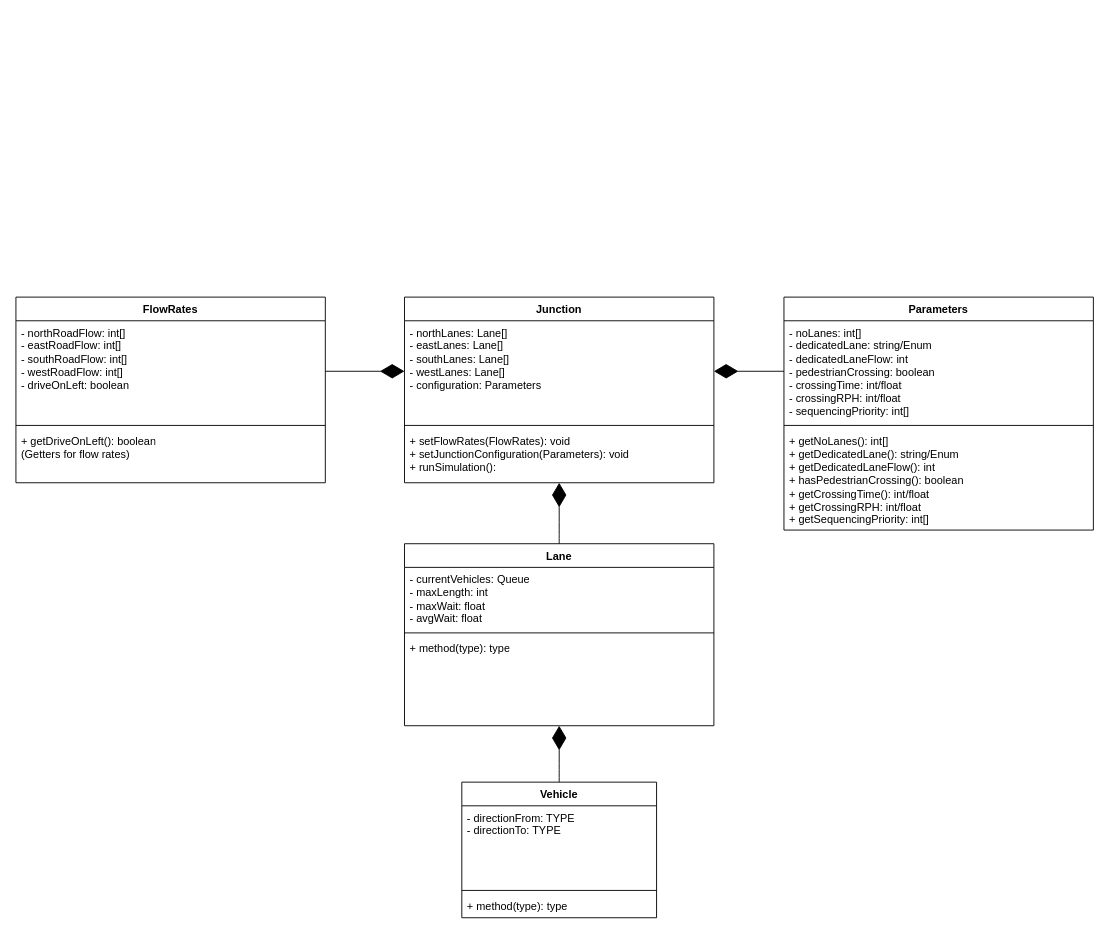
Earlier version of the draw.io diagram deliverables/planningDesign/JunctionSimulationClassDiagram.drawio (antonizyla/cs261). Source tidied: cells renumbered, new cells numbered last; positions are measured from the earlier drawing's top-left corner, leaving out a move shared by most shapes. Both pictures are drawn from the tidied source at 91%, with x=0, y=0 at pixel (15, 297).
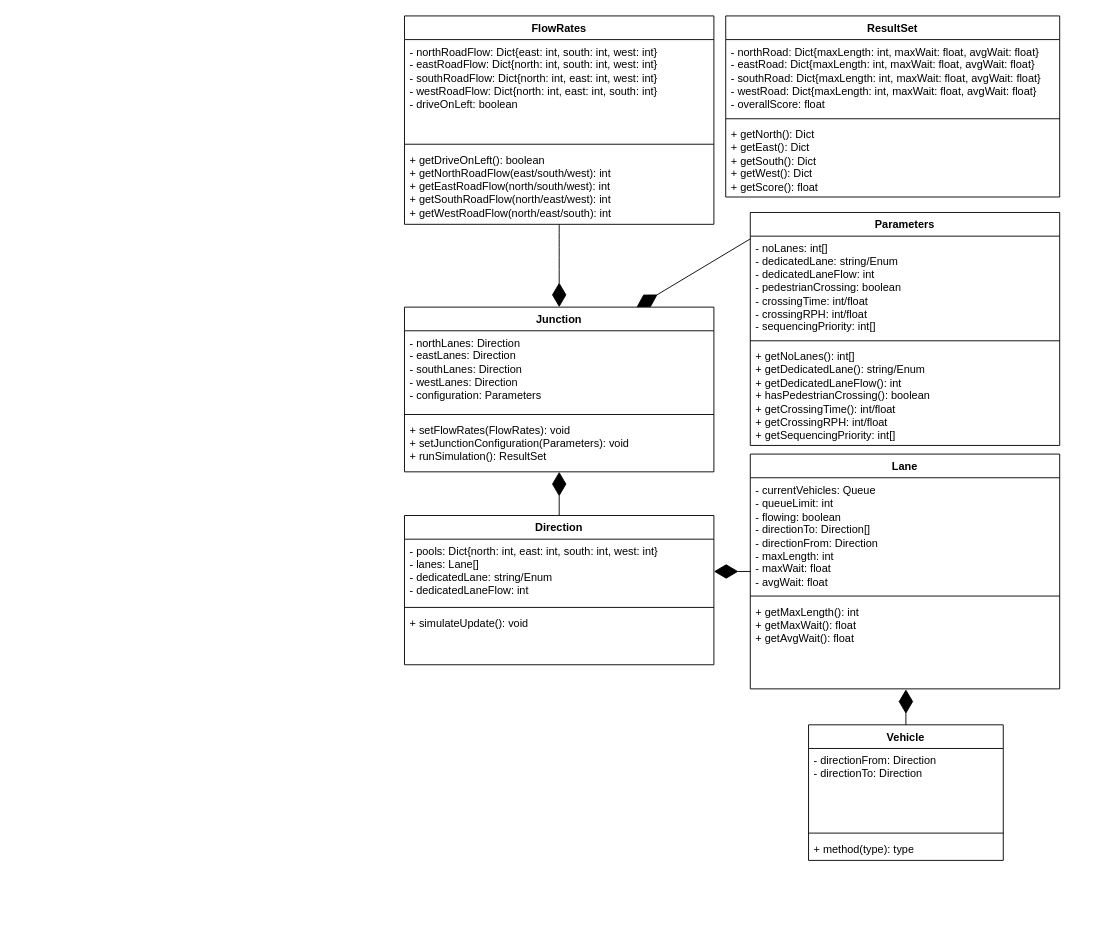
Above is the later version.

Commit message (it also covers changes not shown here):
Updated Class Diagram

Unchanged cells that the change refers to:
```xml
<mxCell id="17" value="&lt;div&gt;- noLanes: int[]&lt;/div&gt;&lt;div&gt;- dedicatedLane: string/Enum&lt;/div&gt;&lt;div&gt;- dedicatedLaneFlow: int&lt;/div&gt;&lt;div&gt;- pedestrianCrossing: boolean&lt;/div&gt;&lt;div&gt;- crossingTime: int/float&lt;br&gt;&lt;/div&gt;&lt;div&gt;- crossingRPH: int/float&lt;br&gt;&lt;/div&gt;&lt;div&gt;- sequencingPriority: int[]&lt;br&gt;&lt;/div&gt;" style="text;strokeColor=none;fillColor=none;align=left;verticalAlign=top;spacingLeft=4;spacingRight=4;overflow=hidden;points=[[0,0.5],[1,0.5]];portConstraint=eastwest;whiteSpace=wrap;html=1;" parent="16" vertex="1">
  <mxGeometry y="26" width="340" height="111" as="geometry" />
</mxCell>
```

Diff of the diagram source:
```diff
@@
     <mxCell id="2" value="Vehicle" style="swimlane;fontStyle=1;align=center;verticalAlign=top;horizontal=1;startSize=26;whiteSpace=wrap;html=1;" parent="1" vertex="1">
-      <mxGeometry x="490" y="533" width="214" height="149" as="geometry" />
+      <mxGeometry x="871" y="470" width="214" height="149" as="geometry" />
     </mxCell>
-    <mxCell id="3" value="&lt;div&gt;- directionFrom: TYPE&lt;br&gt;&lt;/div&gt;&lt;div&gt;- directionTo: TYPE&lt;br&gt;&lt;/div&gt;" style="text;strokeColor=none;fillColor=none;align=left;verticalAlign=top;spacingLeft=4;spacingRight=4;overflow=hidden;whiteSpace=wrap;html=1;" parent="2" vertex="1">
+    <mxCell id="3" value="&lt;div&gt;- directionFrom: Direction&lt;br&gt;&lt;/div&gt;&lt;div&gt;- directionTo: Direction&lt;/div&gt;" style="text;strokeColor=none;fillColor=none;align=left;verticalAlign=top;spacingLeft=4;spacingRight=4;overflow=hidden;whiteSpace=wrap;html=1;" parent="2" vertex="1">
       <mxGeometry y="26" width="214" height="89" as="geometry" />
     </mxCell>
@@
     <mxCell id="6" value="Junction" style="swimlane;fontStyle=1;align=center;verticalAlign=top;horizontal=1;startSize=26;whiteSpace=wrap;html=1;" parent="1" vertex="1">
-      <mxGeometry x="427" width="340" height="204" as="geometry" />
+      <mxGeometry x="427" y="11" width="340" height="181" as="geometry" />
     </mxCell>
-    <mxCell id="7" value="&lt;div&gt;- northLanes: Lane[]&lt;/div&gt;&lt;div&gt;- eastLanes:&amp;nbsp;Lane[]&lt;/div&gt;&lt;div&gt;- southLanes:&amp;nbsp;Lane[]&lt;/div&gt;&lt;div&gt;- westLanes:&amp;nbsp;Lane[]&lt;/div&gt;&lt;div&gt;- configuration: Parameters&lt;br&gt;&lt;/div&gt;" style="text;strokeColor=none;fillColor=none;align=left;verticalAlign=top;spacingLeft=4;spacingRight=4;overflow=hidden;points=[[0,0.5],[1,0.5]];portConstraint=eastwest;whiteSpace=wrap;html=1;" parent="6" vertex="1">
-      <mxGeometry y="26" width="340" height="111" as="geometry" />
+    <mxCell id="7" value="&lt;div&gt;- northLanes: Direction&lt;/div&gt;&lt;div&gt;- eastLanes: Direction&lt;/div&gt;&lt;div&gt;- southLanes: Direction&lt;/div&gt;&lt;div&gt;- westLanes: Direction&lt;/div&gt;&lt;div&gt;- configuration: Parameters&lt;br&gt;&lt;/div&gt;" style="text;strokeColor=none;fillColor=none;align=left;verticalAlign=top;spacingLeft=4;spacingRight=4;overflow=hidden;points=[[0,0.5],[1,0.5]];portConstraint=eastwest;whiteSpace=wrap;html=1;" parent="6" vertex="1">
+      <mxGeometry y="26" width="340" height="88" as="geometry" />
     </mxCell>
     <mxCell id="8" style="line;strokeWidth=1;fillColor=none;align=left;verticalAlign=middle;spacingTop=-1;spacingLeft=3;spacingRight=3;labelPosition=right;strokeColor=inherit;" parent="6" vertex="1">
-      <mxGeometry y="137" width="340" height="8" as="geometry" />
+      <mxGeometry y="114" width="340" height="8" as="geometry" />
     </mxCell>
-    <mxCell id="9" value="&lt;div&gt;+ setFlowRates(FlowRates): void&lt;/div&gt;&lt;div&gt;+ setJunctionConfiguration(Parameters): void&lt;/div&gt;&lt;div&gt;+ runSimulation(): &lt;br&gt;&lt;/div&gt;" style="text;strokeColor=none;fillColor=none;align=left;verticalAlign=top;spacingLeft=4;spacingRight=4;overflow=hidden;whiteSpace=wrap;html=1;" parent="6" vertex="1">
-      <mxGeometry y="145" width="340" height="59" as="geometry" />
+    <mxCell id="9" value="&lt;div&gt;+ setFlowRates(FlowRates): void&lt;/div&gt;&lt;div&gt;+ setJunctionConfiguration(Parameters): void&lt;/div&gt;&lt;div&gt;+ runSimulation(): ResultSet&lt;br&gt;&lt;/div&gt;" style="text;strokeColor=none;fillColor=none;align=left;verticalAlign=top;spacingLeft=4;spacingRight=4;overflow=hidden;whiteSpace=wrap;html=1;" parent="6" vertex="1">
+      <mxGeometry y="122" width="340" height="59" as="geometry" />
     </mxCell>
     <mxCell id="10" value="Lane" style="swimlane;fontStyle=1;align=center;verticalAlign=top;horizontal=1;startSize=26;whiteSpace=wrap;html=1;" parent="1" vertex="1">
-      <mxGeometry x="427" y="271" width="340" height="200" as="geometry" />
+      <mxGeometry x="807" y="172.5" width="340" height="258" as="geometry" />
     </mxCell>
-    <mxCell id="11" value="&lt;div&gt;- currentVehicles: Queue&lt;/div&gt;&lt;div&gt;- maxLength: int&lt;/div&gt;&lt;div&gt;- maxWait: float&lt;br&gt;&lt;/div&gt;&lt;div&gt;- avgWait: float&lt;br&gt;&lt;/div&gt;&lt;div&gt;&lt;br&gt;&lt;/div&gt;" style="text;strokeColor=none;fillColor=none;align=left;verticalAlign=top;spacingLeft=4;spacingRight=4;overflow=hidden;whiteSpace=wrap;html=1;" parent="10" vertex="1">
-      <mxGeometry y="26" width="340" height="68" as="geometry" />
+    <mxCell id="11" value="&lt;div&gt;- currentVehicles: Queue&lt;/div&gt;&lt;div&gt;- queueLimit: int&lt;br&gt;&lt;/div&gt;&lt;div&gt;- flowing: boolean&lt;/div&gt;&lt;div&gt;- directionTo: Direction[]&lt;br&gt;&lt;/div&gt;&lt;div&gt;- directionFrom: Direction&lt;br&gt;&lt;/div&gt;&lt;div&gt;- maxLength: int&lt;/div&gt;&lt;div&gt;- maxWait: float&lt;br&gt;&lt;/div&gt;&lt;div&gt;- avgWait: float&lt;br&gt;&lt;/div&gt;&lt;div&gt;&lt;br&gt;&lt;/div&gt;" style="text;strokeColor=none;fillColor=none;align=left;verticalAlign=top;spacingLeft=4;spacingRight=4;overflow=hidden;whiteSpace=wrap;html=1;" parent="10" vertex="1">
+      <mxGeometry y="26" width="340" height="126" as="geometry" />
     </mxCell>
     <mxCell id="12" style="line;strokeWidth=1;fillColor=none;align=left;verticalAlign=middle;spacingTop=-1;spacingLeft=3;spacingRight=3;labelPosition=right;strokeColor=inherit;" parent="10" vertex="1">
-      <mxGeometry y="94" width="340" height="8" as="geometry" />
+      <mxGeometry y="152" width="340" height="8" as="geometry" />
     </mxCell>
-    <mxCell id="13" value="+ method(type): type" style="text;strokeColor=none;fillColor=none;align=left;verticalAlign=top;spacingLeft=4;spacingRight=4;overflow=hidden;points=[[0,0.5],[1,0.5]];portConstraint=eastwest;whiteSpace=wrap;html=1;" parent="10" vertex="1">
-      <mxGeometry y="102" width="340" height="98" as="geometry" />
+    <mxCell id="13" value="&lt;div&gt;+ getMaxLength(): int&lt;/div&gt;&lt;div&gt;+ getMaxWait(): float&lt;/div&gt;&lt;div&gt;+ getAvgWait(): float&lt;br&gt;&lt;/div&gt;&lt;div&gt;&lt;br&gt;&lt;/div&gt;" style="text;strokeColor=none;fillColor=none;align=left;verticalAlign=top;spacingLeft=4;spacingRight=4;overflow=hidden;points=[[0,0.5],[1,0.5]];portConstraint=eastwest;whiteSpace=wrap;html=1;" parent="10" vertex="1">
+      <mxGeometry y="160" width="340" height="98" as="geometry" />
     </mxCell>
-    <mxCell id="14" style="endArrow=diamondThin;endFill=1;endSize=24;html=1;rounded=0;fontSize=12;curved=1;entryX=0.5;entryY=1;entryDx=0;entryDy=0;exitX=0.5;exitY=0;exitDx=0;exitDy=0;" parent="1" edge="1" source="10" target="6">
-      <mxGeometry relative="1" as="geometry" />
-    </mxCell>
-    <mxCell id="15" style="endArrow=diamondThin;endFill=1;endSize=24;html=1;rounded=0;fontSize=12;curved=1;exitX=0.5;exitY=0;exitDx=0;exitDy=0;entryX=0.5;entryY=1;entryDx=0;entryDy=0;" parent="1" edge="1" source="2" target="10">
-      <mxGeometry relative="1" as="geometry" />
-    </mxCell>
     <mxCell id="16" value="Parameters" style="swimlane;fontStyle=1;align=center;verticalAlign=top;horizontal=1;startSize=26;whiteSpace=wrap;html=1;" parent="1" vertex="1">
-      <mxGeometry x="844" width="340" height="256" as="geometry" />
+      <mxGeometry x="807" y="-93" width="340" height="256" as="geometry" />
     </mxCell>
@@
-    <mxCell id="20" style="endArrow=diamondThin;endFill=1;endSize=24;html=1;rounded=0;exitX=0;exitY=0.5;exitDx=0;exitDy=0;entryX=1;entryY=0.5;entryDx=0;entryDy=0;" parent="1" edge="1" source="17" target="7">
-      <mxGeometry relative="1" as="geometry" />
-    </mxCell>
     <mxCell id="21" value="FlowRates" style="swimlane;fontStyle=1;align=center;verticalAlign=top;horizontal=1;startSize=26;whiteSpace=wrap;html=1;" parent="1" vertex="1">
-      <mxGeometry width="340" height="204" as="geometry" />
+      <mxGeometry x="427" y="-309" width="340" height="229" as="geometry" />
     </mxCell>
-    <mxCell id="22" value="&lt;div&gt;- northRoadFlow: int[]&lt;br&gt;&lt;/div&gt;&lt;div&gt;- eastRoadFlow: int[]&lt;br&gt;&lt;/div&gt;&lt;div&gt;- southRoadFlow: int[]&lt;/div&gt;&lt;div&gt;- westRoadFlow: int[]&lt;/div&gt;&lt;div&gt;- driveOnLeft: boolean&lt;br&gt;&lt;/div&gt;" style="text;strokeColor=none;fillColor=none;align=left;verticalAlign=top;spacingLeft=4;spacingRight=4;overflow=hidden;points=[[0,0.5],[1,0.5]];portConstraint=eastwest;whiteSpace=wrap;html=1;" parent="21" vertex="1">
+    <mxCell id="22" value="&lt;div&gt;- northRoadFlow: Dict{east: int, south: int, west: int}&lt;br&gt;&lt;/div&gt;&lt;div&gt;- eastRoadFlow: Dict{north: int, south: int, west: int}&lt;/div&gt;&lt;div&gt;- southRoadFlow: Dict{north: int, east: int, west: int}&lt;/div&gt;&lt;div&gt;- westRoadFlow: Dict{north: int, east: int, south: int}&lt;/div&gt;&lt;div&gt;- driveOnLeft: boolean&lt;br&gt;&lt;/div&gt;" style="text;strokeColor=none;fillColor=none;align=left;verticalAlign=top;spacingLeft=4;spacingRight=4;overflow=hidden;points=[[0,0.5],[1,0.5]];portConstraint=eastwest;whiteSpace=wrap;html=1;" parent="21" vertex="1">
       <mxGeometry y="26" width="340" height="111" as="geometry" />
     </mxCell>
@@
-    <mxCell id="24" value="&lt;div&gt;+ getDriveOnLeft(): boolean&lt;/div&gt;&lt;div&gt;(Getters for flow rates)&lt;br&gt;&lt;/div&gt;" style="text;strokeColor=none;fillColor=none;align=left;verticalAlign=top;spacingLeft=4;spacingRight=4;overflow=hidden;whiteSpace=wrap;html=1;" parent="21" vertex="1">
-      <mxGeometry y="145" width="340" height="59" as="geometry" />
+    <mxCell id="24" value="&lt;div&gt;+ getDriveOnLeft(): boolean&lt;/div&gt;&lt;div&gt;+ getNorthRoadFlow(east/south/west): int&lt;/div&gt;&lt;div&gt;+ getEastRoadFlow(north/south/west): int&lt;/div&gt;&lt;div&gt;+ getSouthRoadFlow(north/east/west): int&lt;/div&gt;&lt;div&gt;+ getWestRoadFlow(north/east/south): int&lt;/div&gt;" style="text;strokeColor=none;fillColor=none;align=left;verticalAlign=top;spacingLeft=4;spacingRight=4;overflow=hidden;whiteSpace=wrap;html=1;" parent="21" vertex="1">
+      <mxGeometry y="145" width="340" height="84" as="geometry" />
     </mxCell>
-    <mxCell id="25" style="endArrow=diamondThin;endFill=1;endSize=24;html=1;rounded=0;exitX=1;exitY=0.5;exitDx=0;exitDy=0;entryX=0;entryY=0.5;entryDx=0;entryDy=0;" parent="1" edge="1" source="22" target="7">
-      <mxGeometry relative="1" as="geometry" />
-    </mxCell>
+    <mxCell id="26" value="ResultSet" style="swimlane;fontStyle=1;align=center;verticalAlign=top;horizontal=1;startSize=26;whiteSpace=wrap;html=1;" parent="1" vertex="1">
+      <mxGeometry x="780" y="-309" width="367" height="199" as="geometry" />
+    </mxCell>
+    <mxCell id="27" value="&lt;div&gt;- northRoad: Dict{maxLength: int, maxWait: float, avgWait: float}&lt;br&gt;&lt;/div&gt;&lt;div&gt;- eastRoad: Dict{maxLength: int, maxWait: float, avgWait: float}&lt;/div&gt;&lt;div&gt;- southRoad: Dict{maxLength: int, maxWait: float, avgWait: float}&lt;/div&gt;&lt;div&gt;- westRoad: Dict{maxLength: int, maxWait: float, avgWait: float}&lt;/div&gt;&lt;div&gt;- overallScore: float&lt;br&gt;&lt;/div&gt;" style="text;strokeColor=none;fillColor=none;align=left;verticalAlign=top;spacingLeft=4;spacingRight=4;overflow=hidden;whiteSpace=wrap;html=1;" parent="26" vertex="1">
+      <mxGeometry y="26" width="367" height="83" as="geometry" />
+    </mxCell>
+    <mxCell id="28" style="line;strokeWidth=1;fillColor=none;align=left;verticalAlign=middle;spacingTop=-1;spacingLeft=3;spacingRight=3;labelPosition=right;strokeColor=inherit;" parent="26" vertex="1">
+      <mxGeometry y="109" width="367" height="8" as="geometry" />
+    </mxCell>
+    <mxCell id="29" value="&lt;div&gt;+ getNorth(): Dict&lt;/div&gt;&lt;div&gt;+ getEast(): Dict&lt;/div&gt;&lt;div&gt;+ getSouth(): Dict&lt;br&gt;&lt;/div&gt;&lt;div&gt;+ getWest(): Dict&lt;br&gt;&lt;/div&gt;&lt;div&gt;+ getScore(): float&lt;br&gt;&lt;/div&gt;" style="text;strokeColor=none;fillColor=none;align=left;verticalAlign=top;spacingLeft=4;spacingRight=4;overflow=hidden;whiteSpace=wrap;html=1;" parent="26" vertex="1">
+      <mxGeometry y="117" width="367" height="82" as="geometry" />
+    </mxCell>
+    <mxCell id="30" value="Direction" style="swimlane;fontStyle=1;align=center;verticalAlign=top;horizontal=1;startSize=26;whiteSpace=wrap;html=1;" parent="1" vertex="1">
+      <mxGeometry x="427" y="240" width="340" height="164" as="geometry" />
+    </mxCell>
+    <mxCell id="31" value="&lt;div&gt;- pools: Dict{north: int, east: int, south: int, west: int}&lt;/div&gt;&lt;div&gt;- lanes: Lane[]&lt;/div&gt;&lt;div&gt;- dedicatedLane: string/Enum&lt;br&gt;&lt;/div&gt;&lt;div&gt;- dedicatedLaneFlow: int&lt;br&gt;&lt;/div&gt;" style="text;strokeColor=none;fillColor=none;align=left;verticalAlign=top;spacingLeft=4;spacingRight=4;overflow=hidden;points=[[0,0.5],[1,0.5]];portConstraint=eastwest;whiteSpace=wrap;html=1;" parent="30" vertex="1">
+      <mxGeometry y="26" width="340" height="71" as="geometry" />
+    </mxCell>
+    <mxCell id="32" style="line;strokeWidth=1;fillColor=none;align=left;verticalAlign=middle;spacingTop=-1;spacingLeft=3;spacingRight=3;labelPosition=right;strokeColor=inherit;" parent="30" vertex="1">
+      <mxGeometry y="97" width="340" height="8" as="geometry" />
+    </mxCell>
+    <mxCell id="33" value="&lt;div&gt;+ simulateUpdate(): void&lt;/div&gt;&lt;div&gt;&lt;br&gt;&lt;/div&gt;" style="text;strokeColor=none;fillColor=none;align=left;verticalAlign=top;spacingLeft=4;spacingRight=4;overflow=hidden;whiteSpace=wrap;html=1;" parent="30" vertex="1">
+      <mxGeometry y="105" width="340" height="59" as="geometry" />
+    </mxCell>
+    <mxCell id="34" style="endArrow=diamondThin;endFill=1;endSize=24;html=1;rounded=0;fontSize=12;curved=1;entryX=0.5;entryY=0;entryDx=0;entryDy=0;exitX=0.5;exitY=1;exitDx=0;exitDy=0;" parent="1" edge="1" source="21" target="6">
+      <mxGeometry relative="1" as="geometry" />
+    </mxCell>
+    <mxCell id="35" style="endArrow=diamondThin;endFill=1;endSize=24;html=1;rounded=0;entryX=0.75;entryY=0;entryDx=0;entryDy=0;exitX=0;exitY=0.027;exitDx=0;exitDy=0;exitPerimeter=0;" parent="1" edge="1" source="17" target="6">
+      <mxGeometry relative="1" as="geometry" />
+    </mxCell>
+    <mxCell id="36" style="endArrow=diamondThin;endFill=1;endSize=24;html=1;rounded=0;entryX=0.5;entryY=1;entryDx=0;entryDy=0;exitX=0.5;exitY=0;exitDx=0;exitDy=0;" parent="1" edge="1" source="30" target="6">
+      <mxGeometry relative="1" as="geometry" />
+    </mxCell>
+    <mxCell id="37" style="endArrow=diamondThin;endFill=1;endSize=24;html=1;rounded=0;entryX=1;entryY=0.5;entryDx=0;entryDy=0;exitX=0;exitY=0.5;exitDx=0;exitDy=0;" parent="1" edge="1" source="10" target="31">
+      <mxGeometry relative="1" as="geometry" />
+    </mxCell>
+    <mxCell id="38" style="endArrow=diamondThin;endFill=1;endSize=24;html=1;rounded=0;exitX=0.5;exitY=0;exitDx=0;exitDy=0;entryX=0.503;entryY=1.005;entryDx=0;entryDy=0;entryPerimeter=0;" parent="1" edge="1" source="2" target="13">
+      <mxGeometry relative="1" as="geometry" />
+    </mxCell>
```
